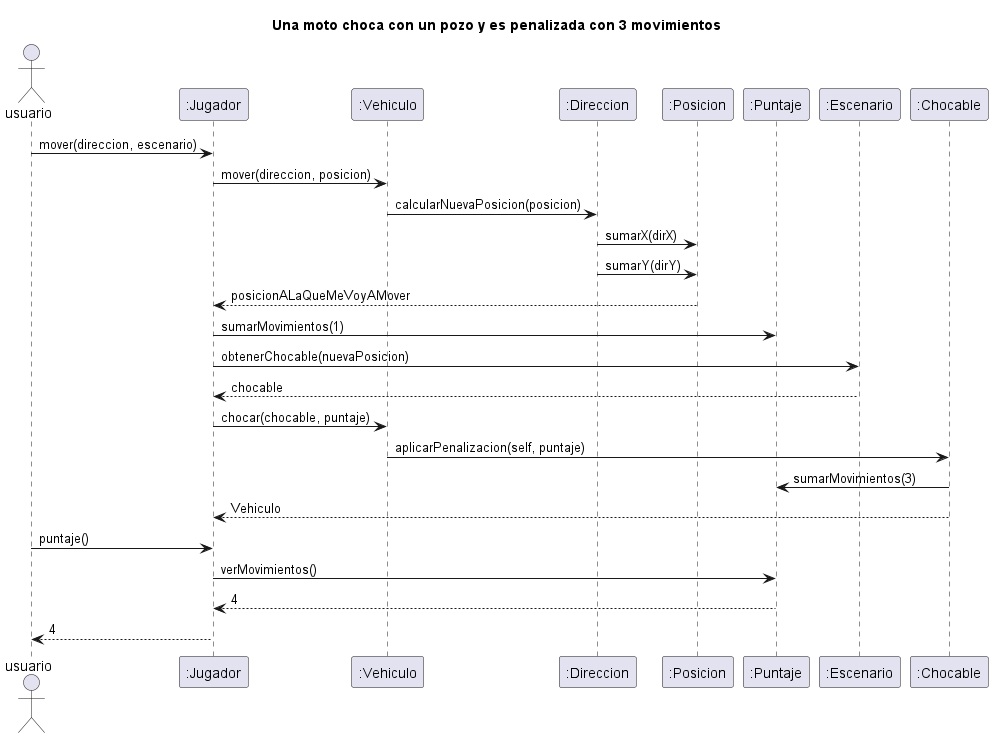
NestorPala/T17-GPSChallenge keeps this PlantUML diagram as diagrams/sequences/moto_choca_pozo.png. Above is the earlier version. Its source is kept beside it as diagrams/sequences/moto_choca_pozo.puml.
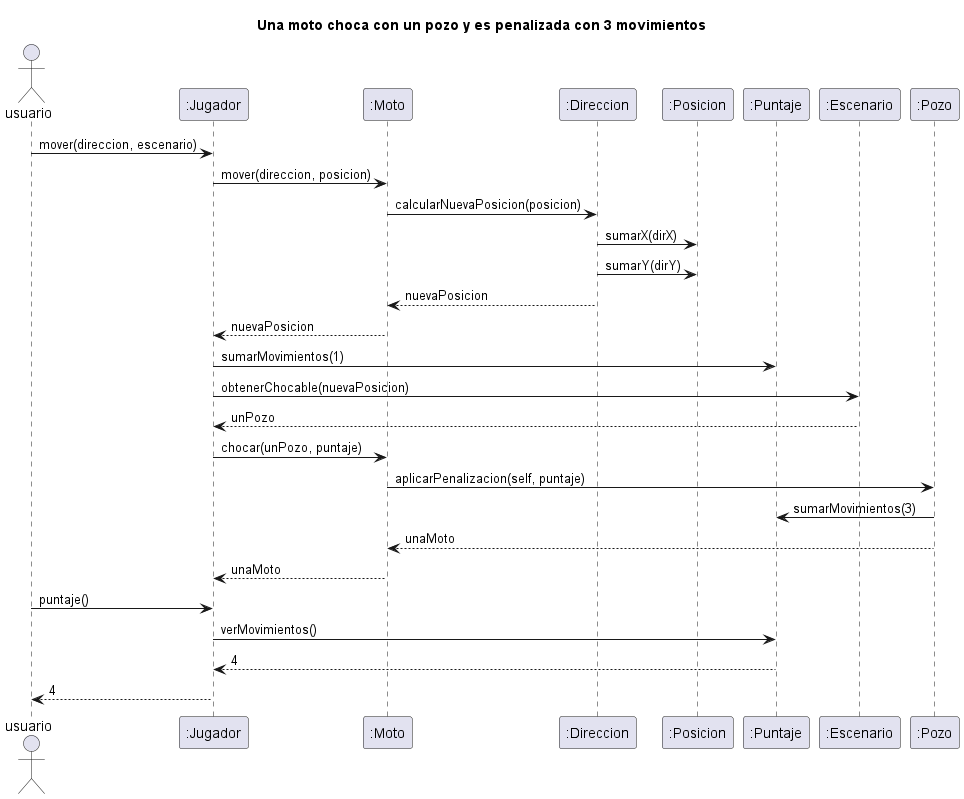
The same file after the commit.

What changed in the source:
```diff
@@ -3,18 +3,20 @@
 Actor usuario
 
 "usuario" -> ":Jugador": mover(direccion, escenario)
-":Jugador" -> ":Vehiculo": mover(direccion, posicion)
-":Vehiculo" -> ":Direccion": calcularNuevaPosicion(posicion)
+":Jugador" -> ":Moto": mover(direccion, posicion)
+":Moto" -> ":Direccion": calcularNuevaPosicion(posicion)
 ":Direccion" -> ":Posicion": sumarX(dirX)
 ":Direccion" -> ":Posicion": sumarY(dirY)
-":Posicion" --> ":Jugador": posicionALaQueMeVoyAMover
+":Direccion" --> ":Moto": nuevaPosicion
+":Moto" --> ":Jugador": nuevaPosicion
 ":Jugador" -> ":Puntaje": sumarMovimientos(1)
 ":Jugador" -> ":Escenario": obtenerChocable(nuevaPosicion)
-":Escenario" --> ":Jugador": chocable
-":Jugador" -> ":Vehiculo": chocar(chocable, puntaje)
-":Vehiculo" -> ":Chocable": aplicarPenalizacion(self, puntaje)
-":Chocable" -> ":Puntaje" : sumarMovimientos(3)
-":Chocable" --> ":Jugador" : Vehiculo
+":Escenario" --> ":Jugador": unPozo
+":Jugador" -> ":Moto": chocar(unPozo, puntaje)
+":Moto" -> ":Pozo": aplicarPenalizacion(self, puntaje)
+":Pozo" -> ":Puntaje" : sumarMovimientos(3)
+":Pozo" --> ":Moto" : unaMoto
+":Moto" --> ":Jugador" : unaMoto
 
 "usuario" -> ":Jugador": puntaje()
 ":Jugador" -> ":Puntaje": verMovimientos()
```
